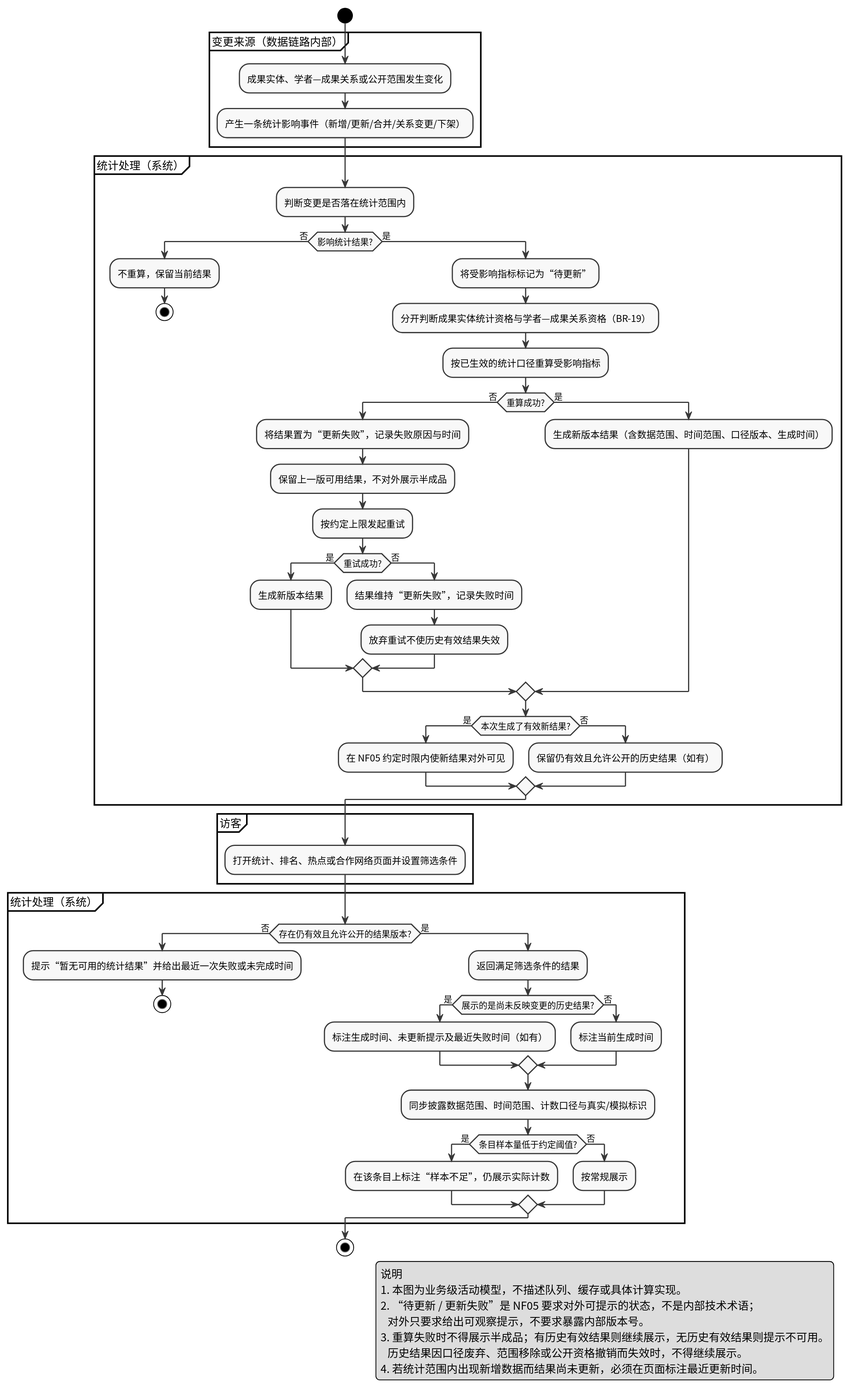
Earlier version of the PlantUML export docs/uml/analytics/generated/DGM-ACTIVITY-02-metrics-refresh.svg (CognitaNexus/CognitaNexus).
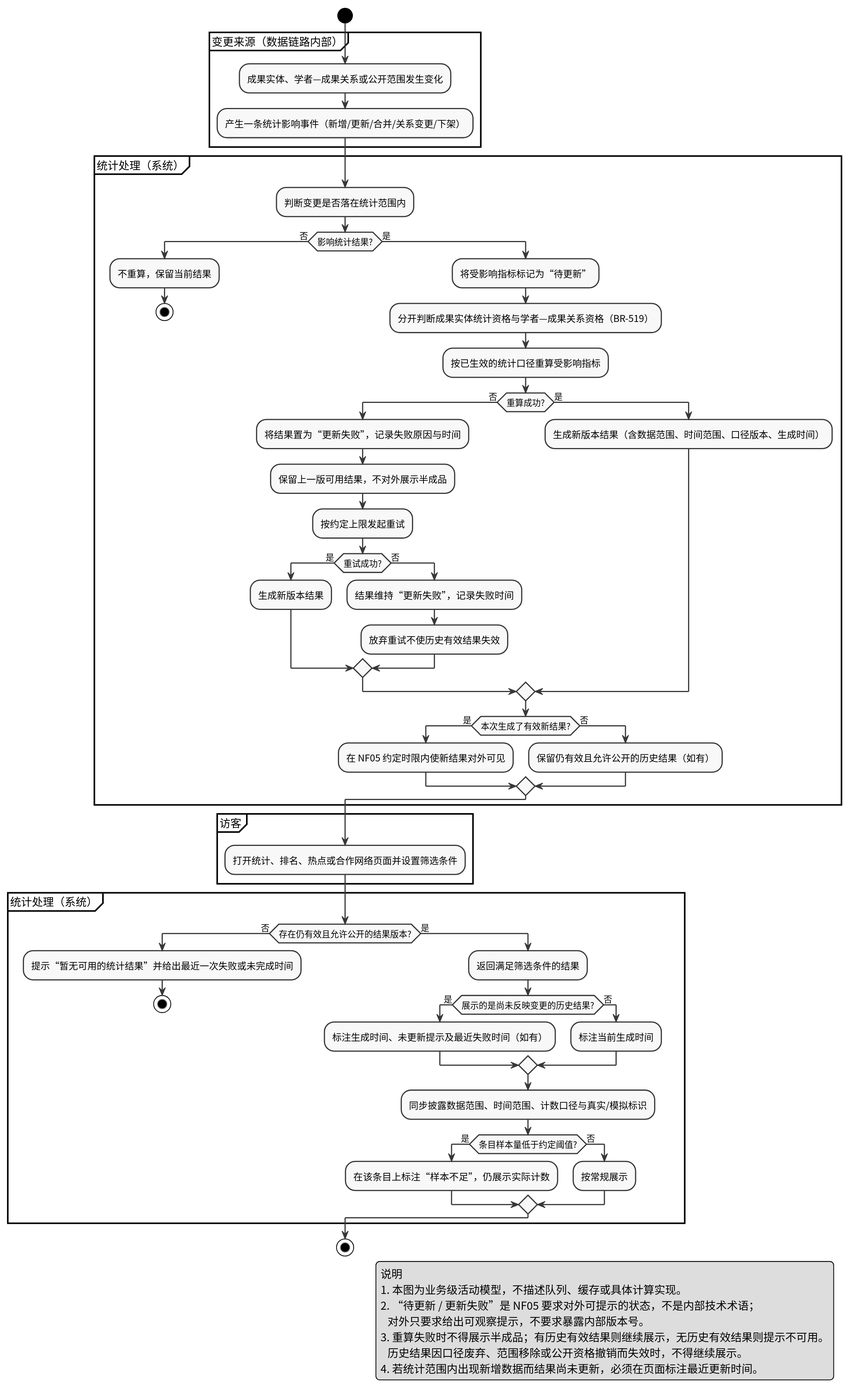
The same file after the commit.

Diff of the diagram source:
```diff
@@ -29,7 +29,7 @@
     stop
   else (是)
     :将受影响指标标记为“待更新”;
-    :分开判断成果实体统计资格与学者—成果关系资格（BR-19）;
+    :分开判断成果实体统计资格与学者—成果关系资格（BR-519）;
     :按已生效的统计口径重算受影响指标;
     if (重算成功?) then (否)
       :将结果置为“更新失败”，记录失败原因与时间;
```
